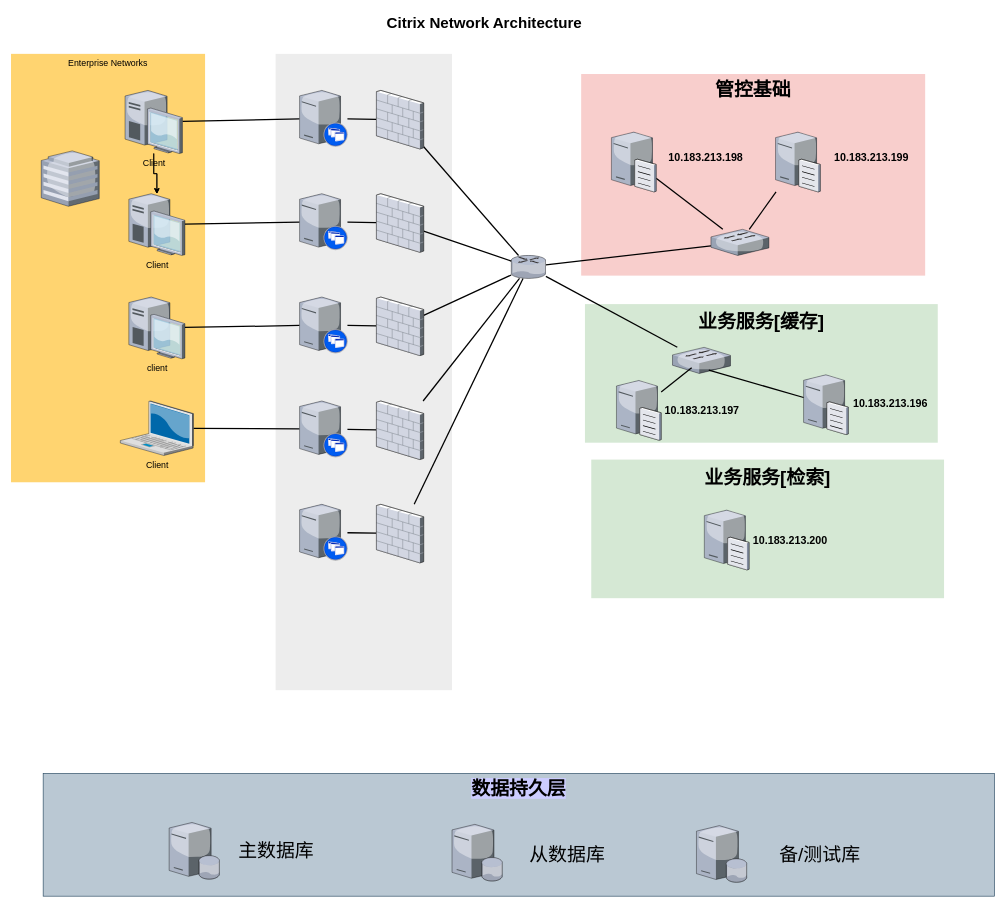
MaskJS/draw.io keeps this draw.io diagram as 未命名绘图.drawio. Above is the earlier version. Source tidied: cells renumbered, new cells numbered last; positions are measured from the earlier drawing's top-left corner, leaving out a move shared by most shapes. Both pictures are drawn from the tidied source at 63%, with x=0, y=0 at pixel (11, 11).
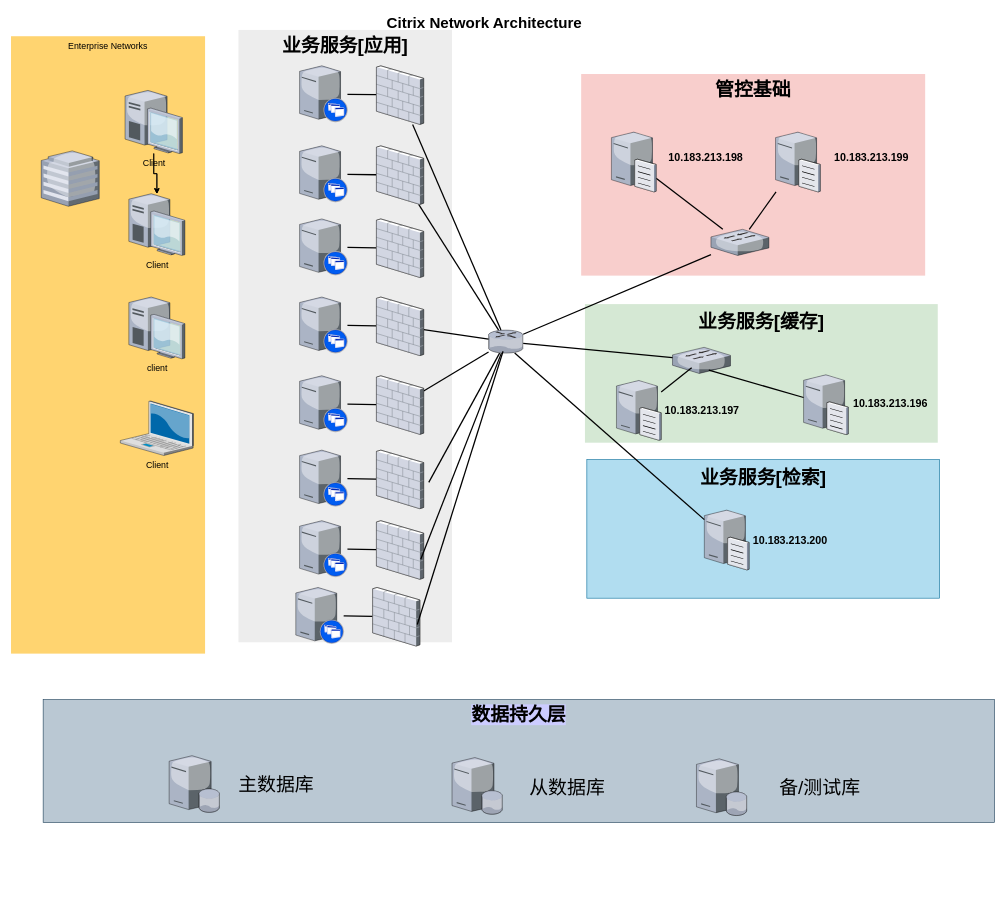
After the change.

Unchanged cells that the change refers to:
```xml
<mxCell id="7" value="Client" style="verticalLabelPosition=bottom;html=1;verticalAlign=top;strokeColor=none;shape=mxgraph.citrix.laptop_2;fillColor=#66B2FF;gradientColor=#0066CC;fontSize=14;" parent="1" vertex="1">
  <mxGeometry x="173.5" y="619" width="116" height="86.5" as="geometry" />
</mxCell>
<mxCell id="9" value="client" style="verticalLabelPosition=bottom;html=1;verticalAlign=top;strokeColor=none;shape=mxgraph.citrix.desktop;fillColor=#66B2FF;gradientColor=#0066CC;fontSize=14;" parent="1" vertex="1">
  <mxGeometry x="187" y="454" width="89" height="98" as="geometry" />
</mxCell>
<mxCell id="11" value="Client" style="verticalLabelPosition=bottom;html=1;verticalAlign=top;strokeColor=none;shape=mxgraph.citrix.desktop;fillColor=#66B2FF;gradientColor=#0066CC;fontSize=14;" parent="1" vertex="1">
  <mxGeometry x="187" y="290" width="89" height="98" as="geometry" />
</mxCell>
<mxCell id="16" value="Client" style="verticalLabelPosition=bottom;html=1;verticalAlign=top;strokeColor=none;shape=mxgraph.citrix.desktop;fillColor=#66B2FF;gradientColor=#0066CC;fontSize=14;" parent="1" vertex="1">
  <mxGeometry x="181" y="126" width="91" height="100.2" as="geometry" />
</mxCell>
<mxCell id="22" style="verticalLabelPosition=bottom;html=1;verticalAlign=top;strokeColor=none;shape=mxgraph.citrix.xenapp_server;fillColor=#66B2FF;gradientColor=#0066CC;fontSize=14;" parent="1" vertex="1">
  <mxGeometry x="458" y="454" width="76" height="89" as="geometry" />
</mxCell>
<mxCell id="64" style="verticalLabelPosition=bottom;sketch=0;html=1;verticalAlign=top;align=center;outlineConnect=0;shape=mxgraph.citrix.file_server;labelBackgroundColor=none;" parent="1" vertex="1">
  <mxGeometry x="1100.5" y="790" width="71" height="97" as="geometry" />
</mxCell>
```

Change to the diagram source:
```diff
@@
-    <mxCell id="4" style="whiteSpace=wrap;html=1;fillColor=#EDEDED;fontSize=14;strokeColor=none;verticalAlign=top;" parent="1" vertex="1">
-      <mxGeometry x="420" y="68" width="280" height="1010" as="geometry" />
+    <mxCell id="4" value="&lt;b style=&quot;border-color: var(--border-color); text-align: left; font-size: 30px;&quot;&gt;&lt;font style=&quot;border-color: var(--border-color);&quot;&gt;&lt;span style=&quot;border-color: var(--border-color); font-family: 宋体;&quot;&gt;业务服务[应用&lt;/span&gt;&lt;/font&gt;&lt;/b&gt;&lt;b style=&quot;border-color: var(--border-color); background-color: initial; font-family: 宋体;&quot;&gt;&lt;span style=&quot;border-color: var(--border-color); font-size: 30px;&quot;&gt;]&lt;/span&gt;&lt;/b&gt;" style="whiteSpace=wrap;html=1;fillColor=#EDEDED;fontSize=14;strokeColor=none;verticalAlign=top;" parent="1" vertex="1">
+      <mxGeometry x="361" y="30" width="339" height="972" as="geometry" />
     </mxCell>
     <mxCell id="5" value="Enterprise Networks" style="whiteSpace=wrap;html=1;fillColor=#FFD470;gradientColor=none;fontSize=14;strokeColor=none;verticalAlign=top;" parent="1" vertex="1">
-      <mxGeometry y="68" width="308" height="680" as="geometry" />
+      <mxGeometry y="40" width="308" height="980" as="geometry" />
     </mxCell>
-    <mxCell id="6" style="edgeStyle=none;rounded=0;html=1;startSize=10;endSize=10;jettySize=auto;fontSize=14;endArrow=none;endFill=0;strokeWidth=2;" parent="1" edge="1" source="7" target="20">
-      <mxGeometry relative="1" as="geometry" />
-    </mxCell>
@@
-    <mxCell id="8" style="edgeStyle=none;rounded=0;html=1;startSize=10;endSize=10;jettySize=auto;fontSize=14;endArrow=none;endFill=0;strokeWidth=2;" parent="1" edge="1" source="9" target="22">
-      <mxGeometry relative="1" as="geometry" />
-    </mxCell>
@@
-    <mxCell id="10" style="edgeStyle=none;rounded=0;html=1;startSize=10;endSize=10;jettySize=auto;fontSize=14;endArrow=none;endFill=0;strokeWidth=2;" parent="1" edge="1" source="11" target="24">
-      <mxGeometry relative="1" as="geometry" />
-    </mxCell>
@@
-    <mxCell id="12" style="edgeStyle=none;rounded=0;html=1;startSize=10;endSize=10;jettySize=auto;fontSize=14;endArrow=none;endFill=0;strokeWidth=2;" parent="1" edge="1" source="16" target="26">
-      <mxGeometry relative="1" as="geometry" />
-    </mxCell>
@@
     <mxCell id="18" style="verticalLabelPosition=bottom;html=1;verticalAlign=top;strokeColor=none;shape=mxgraph.citrix.xenapp_server;fillColor=#66B2FF;gradientColor=#0066CC;fontSize=14;" parent="1" vertex="1">
-      <mxGeometry x="458" y="783" width="76" height="89" as="geometry" />
+      <mxGeometry x="458" y="697" width="76" height="89" as="geometry" />
     </mxCell>
@@
     <mxCell id="20" style="verticalLabelPosition=bottom;html=1;verticalAlign=top;strokeColor=none;shape=mxgraph.citrix.xenapp_server;fillColor=#66B2FF;gradientColor=#0066CC;fontSize=14;" parent="1" vertex="1">
-      <mxGeometry x="458" y="619" width="76" height="89" as="geometry" />
+      <mxGeometry x="458" y="579" width="76" height="89" as="geometry" />
     </mxCell>
@@
     <mxCell id="24" style="verticalLabelPosition=bottom;html=1;verticalAlign=top;strokeColor=none;shape=mxgraph.citrix.xenapp_server;fillColor=#66B2FF;gradientColor=#0066CC;fontSize=14;" parent="1" vertex="1">
-      <mxGeometry x="458" y="290" width="76" height="89" as="geometry" />
+      <mxGeometry x="458" y="214" width="76" height="89" as="geometry" />
     </mxCell>
@@
     <mxCell id="26" style="verticalLabelPosition=bottom;html=1;verticalAlign=top;strokeColor=none;shape=mxgraph.citrix.xenapp_server;fillColor=#66B2FF;gradientColor=#0066CC;fontSize=14;" parent="1" vertex="1">
-      <mxGeometry x="458" y="126" width="76" height="89" as="geometry" />
+      <mxGeometry x="458" y="87" width="76" height="89" as="geometry" />
     </mxCell>
@@
     <mxCell id="28" style="verticalLabelPosition=bottom;html=1;verticalAlign=top;strokeColor=none;shape=mxgraph.citrix.router;fillColor=#66B2FF;gradientColor=#0066CC;fontSize=14;" parent="1" vertex="1">
-      <mxGeometry x="794" y="388" width="55" height="36.5" as="geometry" />
+      <mxGeometry x="758" y="506.5" width="55" height="36.5" as="geometry" />
     </mxCell>
@@
     <mxCell id="30" style="verticalLabelPosition=bottom;html=1;verticalAlign=top;strokeColor=none;shape=mxgraph.citrix.firewall;fillColor=#66B2FF;gradientColor=#0066CC;fontSize=14;" parent="1" vertex="1">
-      <mxGeometry x="580" y="126" width="75" height="93" as="geometry" />
+      <mxGeometry x="580" y="87" width="75" height="93" as="geometry" />
     </mxCell>
@@
     <mxCell id="32" style="verticalLabelPosition=bottom;html=1;verticalAlign=top;strokeColor=none;shape=mxgraph.citrix.firewall;fillColor=#66B2FF;gradientColor=#0066CC;fontSize=14;" parent="1" vertex="1">
-      <mxGeometry x="580" y="290" width="75" height="93" as="geometry" />
+      <mxGeometry x="580" y="214" width="75" height="93" as="geometry" />
     </mxCell>
@@
     <mxCell id="36" style="verticalLabelPosition=bottom;html=1;verticalAlign=top;strokeColor=none;shape=mxgraph.citrix.firewall;fillColor=#66B2FF;gradientColor=#0066CC;fontSize=14;" parent="1" vertex="1">
-      <mxGeometry x="580" y="619" width="75" height="93" as="geometry" />
+      <mxGeometry x="580" y="579" width="75" height="93" as="geometry" />
     </mxCell>
-    <mxCell id="37" style="edgeStyle=none;rounded=0;html=1;startSize=10;endSize=10;jettySize=auto;fontSize=14;endArrow=none;endFill=0;strokeWidth=2;" parent="1" edge="1" source="38" target="28">
+    <mxCell id="37" style="edgeStyle=none;rounded=0;html=1;startSize=10;endSize=10;jettySize=auto;fontSize=14;endArrow=none;endFill=0;strokeWidth=2;exitX=1.108;exitY=0.551;exitDx=0;exitDy=0;exitPerimeter=0;" parent="1" edge="1" source="38" target="28">
       <mxGeometry relative="1" as="geometry" />
     </mxCell>
     <mxCell id="38" style="verticalLabelPosition=bottom;html=1;verticalAlign=top;strokeColor=none;shape=mxgraph.citrix.firewall;fillColor=#66B2FF;gradientColor=#0066CC;fontSize=14;" parent="1" vertex="1">
-      <mxGeometry x="580" y="783" width="75" height="93" as="geometry" />
+      <mxGeometry x="580" y="697" width="75" height="93" as="geometry" />
     </mxCell>
@@
     <mxCell id="48" value="&lt;b&gt;&lt;font style=&quot;font-size: 30px; background-color: rgb(204, 204, 255);&quot;&gt;数据持久层&lt;/font&gt;&lt;/b&gt;" style="whiteSpace=wrap;html=1;fontSize=14;verticalAlign=top;fillColor=#bac8d3;strokeColor=#23445d;" parent="1" vertex="1">
-      <mxGeometry x="51" y="1210" width="1510" height="195" as="geometry" />
+      <mxGeometry x="51" y="1093" width="1510" height="195" as="geometry" />
     </mxCell>
     <mxCell id="49" style="verticalLabelPosition=bottom;sketch=0;html=1;verticalAlign=top;strokeColor=none;align=center;shape=mxgraph.citrix.database_server;labelBackgroundColor=none;fontSize=30;" parent="1" vertex="1">
-      <mxGeometry x="251" y="1288" width="80" height="90" as="geometry" />
+      <mxGeometry x="251" y="1182" width="80" height="90" as="geometry" />
     </mxCell>
     <mxCell id="50" style="verticalLabelPosition=bottom;sketch=0;html=1;verticalAlign=top;strokeColor=none;align=center;shape=mxgraph.citrix.database_server;labelBackgroundColor=none;fontSize=30;" parent="1" vertex="1">
-      <mxGeometry x="1088" y="1293" width="80" height="90" as="geometry" />
+      <mxGeometry x="1088" y="1187" width="80" height="90" as="geometry" />
     </mxCell>
     <mxCell id="51" style="verticalLabelPosition=bottom;sketch=0;html=1;verticalAlign=top;strokeColor=none;align=center;shape=mxgraph.citrix.database_server;labelBackgroundColor=none;fontSize=30;" parent="1" vertex="1">
-      <mxGeometry x="700" y="1291" width="80" height="90" as="geometry" />
+      <mxGeometry x="700" y="1185" width="80" height="90" as="geometry" />
     </mxCell>
     <mxCell id="52" value="主数据库" style="text;strokeColor=none;align=center;fillColor=none;html=1;verticalAlign=middle;whiteSpace=wrap;rounded=0;labelBackgroundColor=none;fontSize=30;" parent="1" vertex="1">
-      <mxGeometry x="351" y="1318" width="140" height="30" as="geometry" />
+      <mxGeometry x="351" y="1212" width="140" height="30" as="geometry" />
     </mxCell>
     <mxCell id="53" value="从数据库" style="text;strokeColor=none;align=center;fillColor=none;html=1;verticalAlign=middle;whiteSpace=wrap;rounded=0;labelBackgroundColor=none;fontSize=30;" parent="1" vertex="1">
-      <mxGeometry x="813" y="1323" width="140" height="30" as="geometry" />
+      <mxGeometry x="813" y="1217" width="140" height="30" as="geometry" />
     </mxCell>
     <mxCell id="54" value="备/测试库" style="text;strokeColor=none;align=center;fillColor=none;html=1;verticalAlign=middle;whiteSpace=wrap;rounded=0;labelBackgroundColor=none;fontSize=30;" parent="1" vertex="1">
-      <mxGeometry x="1213.5" y="1323" width="140" height="30" as="geometry" />
+      <mxGeometry x="1213.5" y="1217" width="140" height="30" as="geometry" />
     </mxCell>
@@
-    <mxCell id="63" value="&lt;p style=&quot;text-indent: 0pt; text-align: left; vertical-align: middle; line-height: 12pt;&quot; class=&quot;MsoNormal&quot;&gt;&lt;b style=&quot;font-size: 30px;&quot;&gt;&lt;font style=&quot;font-size: 30px;&quot;&gt;&lt;span style=&quot;font-family: 宋体;&quot;&gt;业务服务[检索&lt;/span&gt;&lt;/font&gt;&lt;/b&gt;&lt;b style=&quot;font-family: 宋体; background-color: initial; text-align: center;&quot;&gt;&lt;span style=&quot;font-size: 30px;&quot;&gt;]&lt;/span&gt;&lt;/b&gt;&lt;/p&gt;" style="whiteSpace=wrap;html=1;fillColor=#d5e8d4;fontSize=14;strokeColor=none;verticalAlign=top;" parent="1" vertex="1">
-      <mxGeometry x="921" y="712" width="560" height="220" as="geometry" />
+    <mxCell id="63" value="&lt;p style=&quot;text-indent: 0pt; text-align: left; vertical-align: middle; line-height: 12pt;&quot; class=&quot;MsoNormal&quot;&gt;&lt;b style=&quot;font-size: 30px;&quot;&gt;&lt;font style=&quot;font-size: 30px;&quot;&gt;&lt;span style=&quot;font-family: 宋体;&quot;&gt;业务服务[检索&lt;/span&gt;&lt;/font&gt;&lt;/b&gt;&lt;b style=&quot;font-family: 宋体; background-color: initial; text-align: center;&quot;&gt;&lt;span style=&quot;font-size: 30px;&quot;&gt;]&lt;/span&gt;&lt;/b&gt;&lt;/p&gt;" style="whiteSpace=wrap;html=1;fillColor=#b1ddf0;fontSize=14;strokeColor=#10739e;verticalAlign=top;" parent="1" vertex="1">
+      <mxGeometry x="914" y="712" width="560" height="220" as="geometry" />
     </mxCell>
@@
+    <mxCell id="66" style="edgeStyle=none;rounded=0;html=1;startSize=10;endSize=10;jettySize=auto;fontSize=14;endArrow=none;endFill=0;strokeWidth=2;exitX=0.754;exitY=0.995;exitDx=0;exitDy=0;exitPerimeter=0;" parent="1" edge="1" source="28" target="64">
+      <mxGeometry relative="1" as="geometry" />
+    </mxCell>
+    <mxCell id="67" style="edgeStyle=none;rounded=0;html=1;startSize=10;endSize=10;jettySize=auto;fontSize=14;endArrow=none;endFill=0;strokeWidth=2;" parent="1" edge="1" source="68" target="69">
+      <mxGeometry relative="1" as="geometry" />
+    </mxCell>
+    <mxCell id="68" style="verticalLabelPosition=bottom;html=1;verticalAlign=top;strokeColor=none;shape=mxgraph.citrix.xenapp_server;fillColor=#66B2FF;gradientColor=#0066CC;fontSize=14;" parent="1" vertex="1">
+      <mxGeometry x="458" y="809" width="76" height="89" as="geometry" />
+    </mxCell>
+    <mxCell id="69" style="verticalLabelPosition=bottom;html=1;verticalAlign=top;strokeColor=none;shape=mxgraph.citrix.firewall;fillColor=#66B2FF;gradientColor=#0066CC;fontSize=14;" parent="1" vertex="1">
+      <mxGeometry x="580" y="809" width="75" height="93" as="geometry" />
+    </mxCell>
+    <mxCell id="70" style="edgeStyle=none;rounded=0;html=1;startSize=10;endSize=10;jettySize=auto;fontSize=14;endArrow=none;endFill=0;strokeWidth=2;" parent="1" edge="1" source="71" target="72">
+      <mxGeometry relative="1" as="geometry" />
+    </mxCell>
+    <mxCell id="71" style="verticalLabelPosition=bottom;html=1;verticalAlign=top;strokeColor=none;shape=mxgraph.citrix.xenapp_server;fillColor=#66B2FF;gradientColor=#0066CC;fontSize=14;" parent="1" vertex="1">
+      <mxGeometry x="458" y="330" width="76" height="89" as="geometry" />
+    </mxCell>
+    <mxCell id="72" style="verticalLabelPosition=bottom;html=1;verticalAlign=top;strokeColor=none;shape=mxgraph.citrix.firewall;fillColor=#66B2FF;gradientColor=#0066CC;fontSize=14;" parent="1" vertex="1">
+      <mxGeometry x="580" y="330" width="75" height="93" as="geometry" />
+    </mxCell>
+    <mxCell id="73" style="edgeStyle=none;rounded=0;html=1;startSize=10;endSize=10;jettySize=auto;fontSize=14;endArrow=none;endFill=0;strokeWidth=2;" parent="1" edge="1" source="74" target="75">
+      <mxGeometry relative="1" as="geometry" />
+    </mxCell>
+    <mxCell id="74" style="verticalLabelPosition=bottom;html=1;verticalAlign=top;strokeColor=none;shape=mxgraph.citrix.xenapp_server;fillColor=#66B2FF;gradientColor=#0066CC;fontSize=14;" parent="1" vertex="1">
+      <mxGeometry x="452" y="915" width="76" height="89" as="geometry" />
+    </mxCell>
+    <mxCell id="75" style="verticalLabelPosition=bottom;html=1;verticalAlign=top;strokeColor=none;shape=mxgraph.citrix.firewall;fillColor=#66B2FF;gradientColor=#0066CC;fontSize=14;" parent="1" vertex="1">
+      <mxGeometry x="574" y="915" width="75" height="93" as="geometry" />
+    </mxCell>
+    <mxCell id="76" style="edgeStyle=none;rounded=0;html=1;startSize=10;endSize=10;jettySize=auto;fontSize=14;endArrow=none;endFill=0;strokeWidth=2;exitX=0.938;exitY=0.657;exitDx=0;exitDy=0;exitPerimeter=0;" parent="1" edge="1" source="69" target="28">
+      <mxGeometry relative="1" as="geometry" />
+    </mxCell>
+    <mxCell id="77" style="edgeStyle=none;rounded=0;html=1;startSize=10;endSize=10;jettySize=auto;fontSize=14;endArrow=none;endFill=0;strokeWidth=2;exitX=0.945;exitY=0.631;exitDx=0;exitDy=0;exitPerimeter=0;" parent="1" edge="1" source="75">
+      <mxGeometry relative="1" as="geometry">
+        <mxPoint x="781" y="540" as="targetPoint" />
+      </mxGeometry>
+    </mxCell>
```
